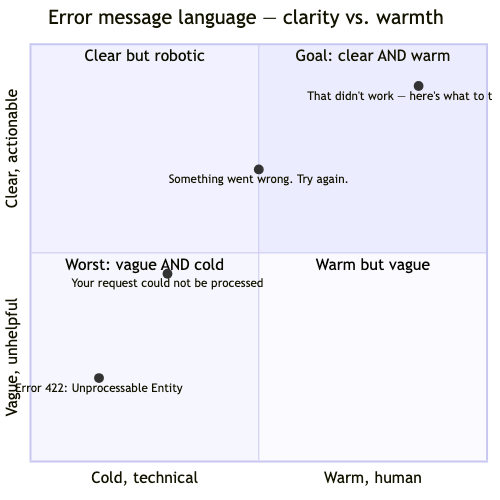
The Mermaid diagram content/books/small-mercies/images/fig-6.2-the-language-spectrum.png in mugglemagic/markbasford.co.uk, before a commit. Its source is kept beside it as content/books/small-mercies/images/fig-6.2-the-language-spectrum.mmd. Its diagram source:
```mermaid
quadrantChart
    title Error message language — clarity vs. warmth
    x-axis "Cold, technical" --> "Warm, human"
    y-axis "Vague, unhelpful" --> "Clear, actionable"
    quadrant-1 "Goal: clear AND warm"
    quadrant-2 "Clear but robotic"
    quadrant-3 "Worst: vague AND cold"
    quadrant-4 "Warm but vague"
    "Error 422: Unprocessable Entity": [0.15, 0.2]
    "Your request could not be processed": [0.3, 0.45]
    "Something went wrong. Try again.": [0.5, 0.7]
    "That didn't work — here's what to try next": [0.85, 0.9]
```
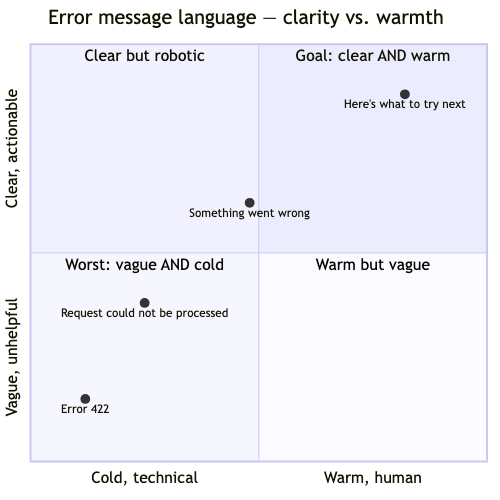
Later version of the same file.

Diff of the diagram source:
```diff
@@ -6,7 +6,7 @@
     quadrant-2 "Clear but robotic"
     quadrant-3 "Worst: vague AND cold"
     quadrant-4 "Warm but vague"
-    "Error 422: Unprocessable Entity": [0.15, 0.2]
-    "Your request could not be processed": [0.3, 0.45]
-    "Something went wrong. Try again.": [0.5, 0.7]
-    "That didn't work — here's what to try next": [0.85, 0.9]
+    "Error 422": [0.12, 0.15]
+    "Request could not be processed": [0.25, 0.38]
+    "Something went wrong": [0.48, 0.62]
+    "Here's what to try next": [0.82, 0.88]
```
